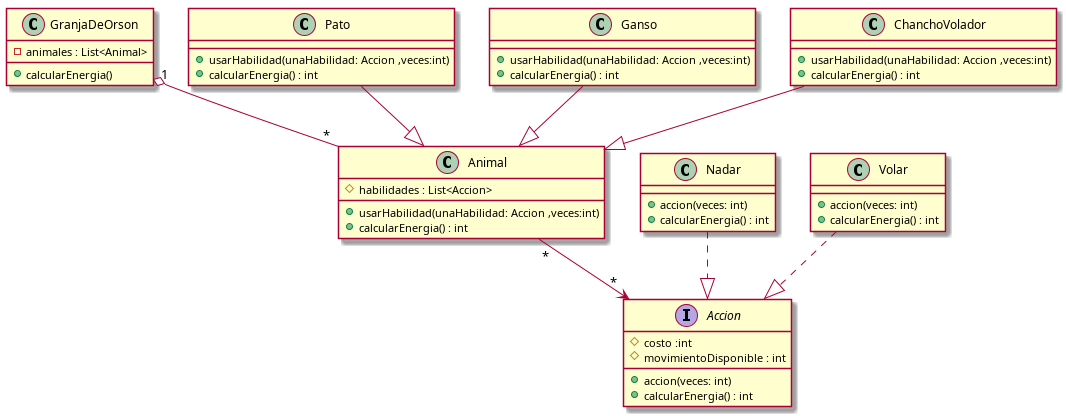
This is GranjaOrson1C2026/diagrama/clases.png from Mortha4/algoritmos3-parciales-Suarez, a PlantUML export, as it was before one commit. Its source is kept beside it as GranjaOrson1C2026/diagrama/clases.puml.
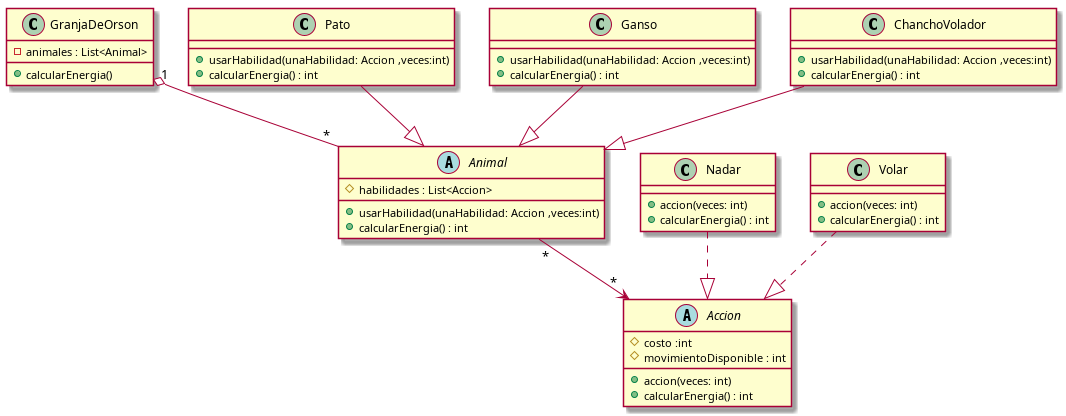
The same diagram one commit later.

What changed in the source:
```diff
@@ -9,7 +9,7 @@
 }
 
 
-class Animal {
+abstract class Animal {
     #habilidades : List<Accion>
 
     +usarHabilidad(unaHabilidad: Accion ,veces:int)
@@ -37,7 +37,7 @@
 
 }
 
-interface Accion {
+abstract class Accion {
     #costo :int
     #movimientoDisponible : int
 
```
